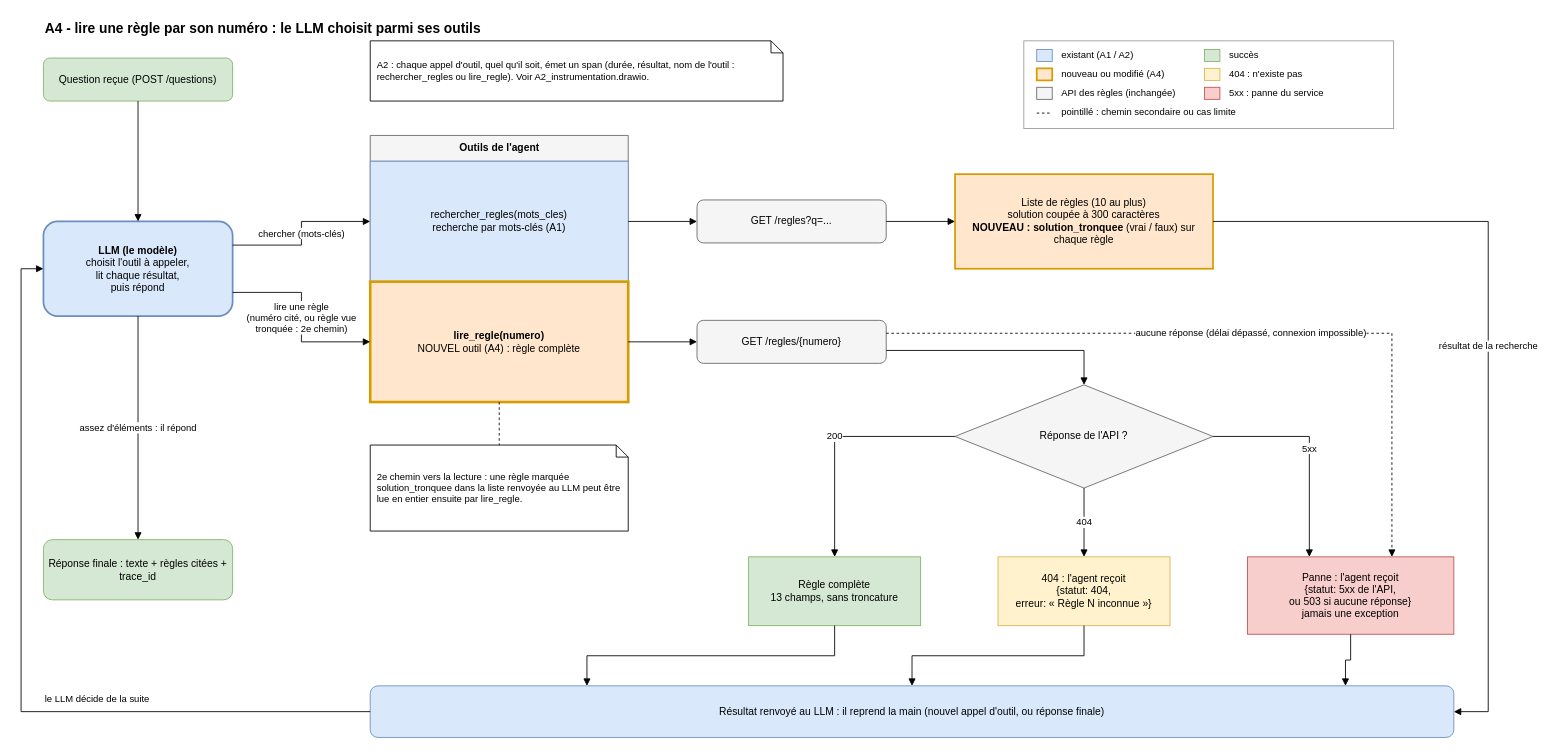
wawawaformation/qualicheck keeps this draw.io diagram as conception/3_autre_us/us2_question_libre/increments/A_agent_nu/A4_lecture_regle_par_numero.drawio. Above is the earlier version. Source tidied: cells renumbered, new cells numbered last; positions are measured from the earlier drawing's top-left corner, leaving out a move shared by most shapes. Both pictures are drawn from the tidied source at 86%, with x=0, y=0 at pixel (21, 15).
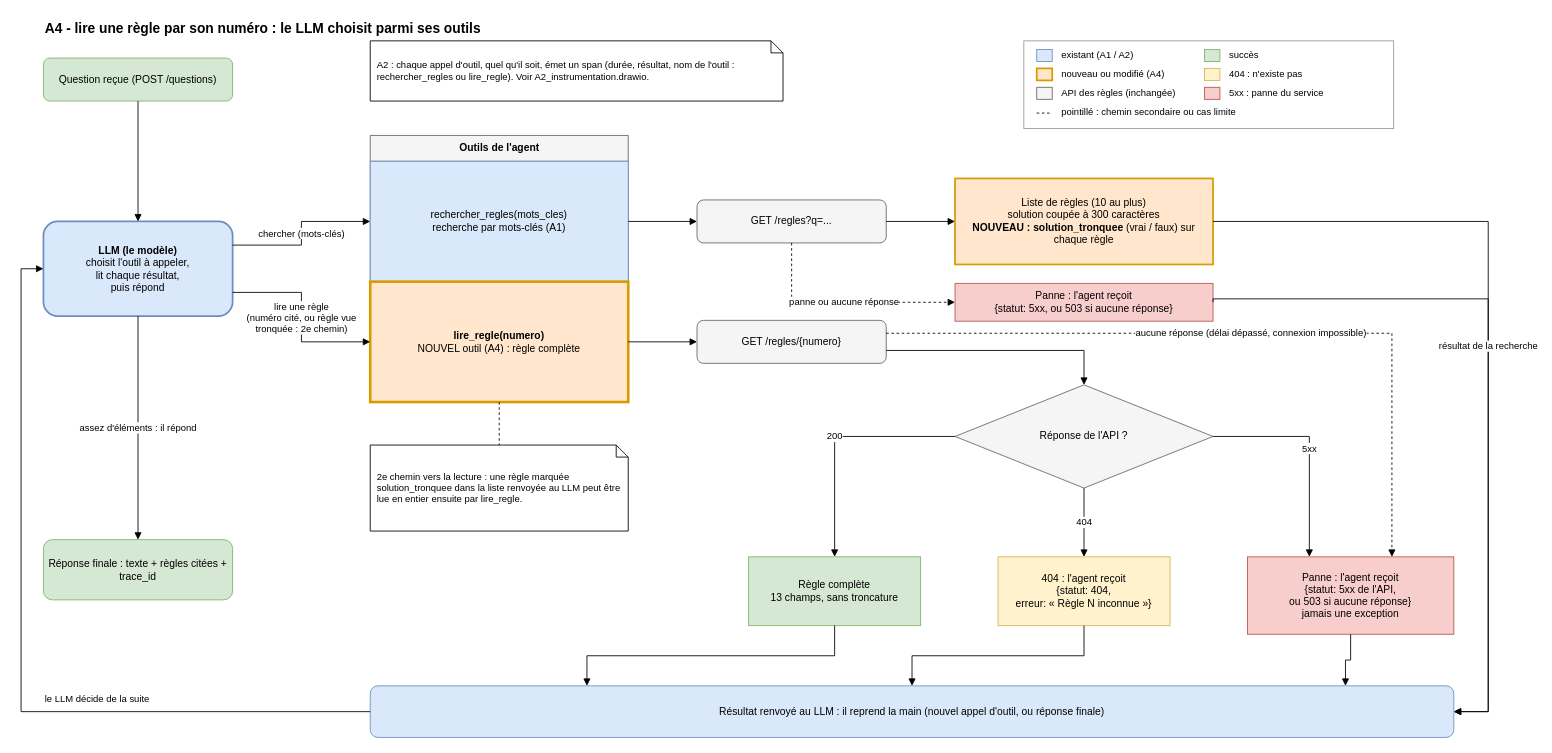
The same page after the edit.

Unchanged cells that the change refers to:
```xml
<mxCell id="25" value="GET /regles?q=..." style="rounded=1;whiteSpace=wrap;html=1;fillColor=#f5f5f5;strokeColor=#666666;" parent="1" vertex="1">
  <mxGeometry x="786" y="215" width="220" height="50" as="geometry" />
</mxCell>
<mxCell id="33" value="Résultat renvoyé au LLM : il reprend la main (nouvel appel d'outil, ou réponse finale)" style="rounded=1;whiteSpace=wrap;html=1;fillColor=#dae8fc;strokeColor=#6c8ebf;" parent="1" vertex="1">
  <mxGeometry x="406" y="780" width="1260" height="60" as="geometry" />
</mxCell>
```

What changed in the source:
```diff
@@
     <mxCell id="27" value="Liste de règles (10 au plus)&lt;br&gt;solution coupée à 300 caractères&lt;br&gt;&lt;b&gt;NOUVEAU : solution_tronquee&lt;/b&gt; (vrai / faux) sur chaque règle" style="rounded=0;whiteSpace=wrap;html=1;fillColor=#ffe6cc;strokeColor=#d79b00;strokeWidth=2;" parent="1" vertex="1">
-      <mxGeometry x="1086" y="185" width="300" height="110" as="geometry" />
+      <mxGeometry x="1086" y="190" width="300" height="100" as="geometry" />
     </mxCell>
@@
+    <mxCell id="53" value="Panne : l'agent reçoit&lt;br&gt;{statut: 5xx, ou 503 si aucune réponse}" style="rounded=0;whiteSpace=wrap;html=1;fillColor=#f8cecc;strokeColor=#b85450;" parent="1" vertex="1">
+      <mxGeometry x="1086" y="312" width="300" height="44" as="geometry" />
+    </mxCell>
@@
+    <mxCell id="54" value="panne ou aucune réponse" style="edgeStyle=orthogonalEdgeStyle;html=1;endArrow=block;endFill=1;rounded=0;labelBackgroundColor=#ffffff;dashed=1;exitX=0.5;exitY=1;entryX=0;entryY=0.5;" parent="1" edge="1" source="25" target="53">
+      <mxGeometry relative="1" as="geometry" />
+    </mxCell>
+    <mxCell id="55" style="edgeStyle=orthogonalEdgeStyle;html=1;endArrow=block;endFill=1;rounded=0;labelBackgroundColor=#ffffff;exitX=1;exitY=0.5;entryX=1;entryY=0.5;" parent="1" edge="1" source="53" target="33">
+      <mxGeometry relative="1" as="geometry">
+        <Array as="points">
+          <mxPoint x="1706" y="330" />
+          <mxPoint x="1706" y="810" />
+        </Array>
+      </mxGeometry>
+    </mxCell>
```
